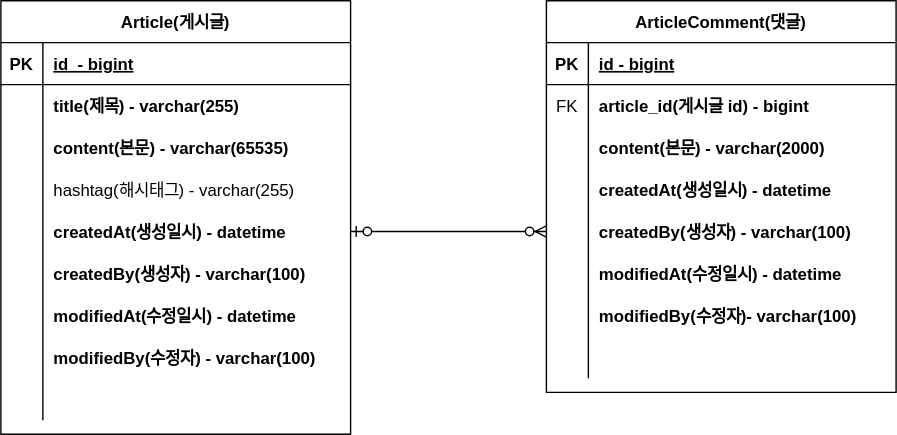
Above: document/Board Project ERD.svg in junmo95/Board_Project_Practice (draw.io), before the change. Source tidied: cells renumbered, new cells last; positions are measured from the earlier drawing's top-left corner, leaving out a move shared by most shapes.
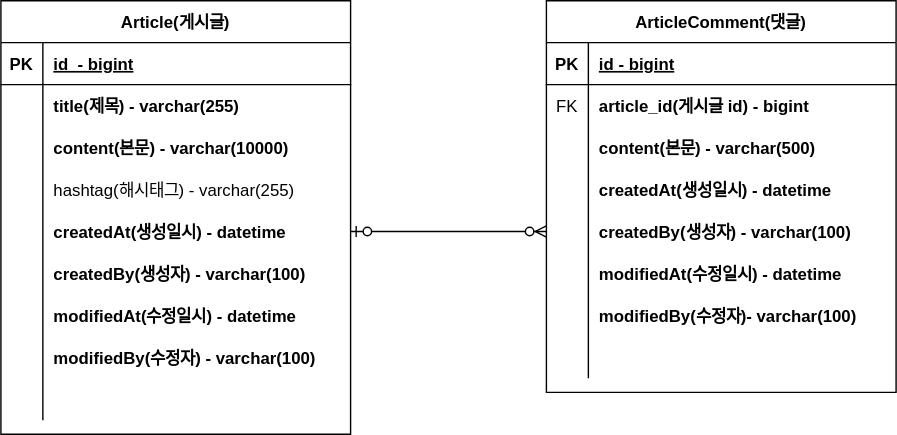
After the change.

Commit message:
#7-Board Project ERD 업데이트

The edit, as a diff of the source:
```diff
@@ -29,7 +29,7 @@
     <mxCell id="10" style="shape=partialRectangle;overflow=hidden;fillColor=none;top=0;left=0;bottom=0;right=0;" parent="9" vertex="1">
       <mxGeometry width="30" height="30" as="geometry" />
     </mxCell>
-    <mxCell id="11" value="content(본문) - varchar(65535)" style="shape=partialRectangle;overflow=hidden;fillColor=none;top=0;left=0;bottom=0;right=0;align=left;spacingLeft=6;fontStyle=1;" parent="9" vertex="1">
+    <mxCell id="11" value="content(본문) - varchar(10000)" style="shape=partialRectangle;overflow=hidden;fillColor=none;top=0;left=0;bottom=0;right=0;align=left;spacingLeft=6;fontStyle=1;" parent="9" vertex="1">
       <mxGeometry x="30" width="220" height="30" as="geometry" />
     </mxCell>
     <mxCell id="12" style="shape=partialRectangle;fillColor=none;top=0;left=0;right=0;bottom=0;" parent="2" vertex="1">
@@ -113,7 +113,7 @@
     <mxCell id="38" style="shape=partialRectangle;overflow=hidden;fillColor=none;top=0;left=0;bottom=0;right=0;" parent="37" vertex="1">
       <mxGeometry width="30" height="30" as="geometry" />
     </mxCell>
-    <mxCell id="39" value="content(본문) - varchar(2000)" style="shape=partialRectangle;overflow=hidden;fillColor=none;top=0;left=0;bottom=0;right=0;align=left;spacingLeft=6;fontStyle=1;" parent="37" vertex="1">
+    <mxCell id="39" value="content(본문) - varchar(500)" style="shape=partialRectangle;overflow=hidden;fillColor=none;top=0;left=0;bottom=0;right=0;align=left;spacingLeft=6;fontStyle=1;" parent="37" vertex="1">
       <mxGeometry x="30" width="220" height="30" as="geometry" />
     </mxCell>
     <mxCell id="40" style="shape=partialRectangle;fillColor=none;top=0;left=0;right=0;bottom=0;" parent="30" vertex="1">
```
